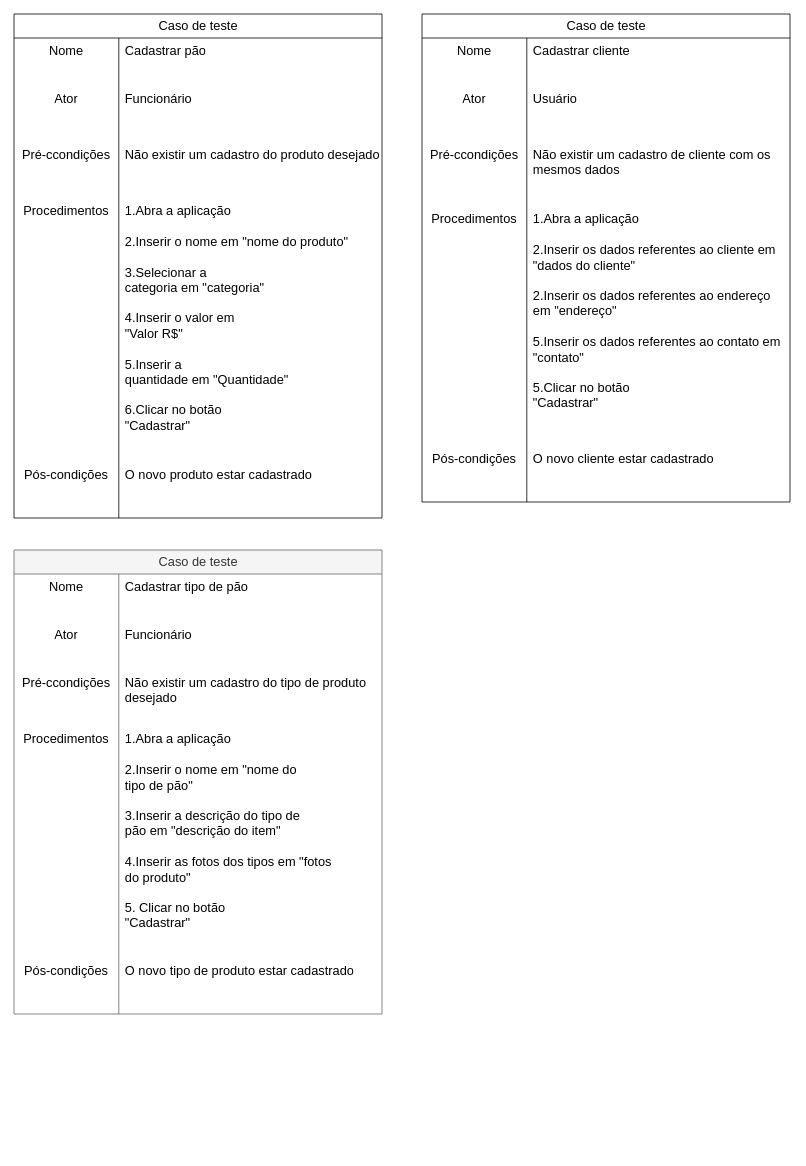
Before: Diagramas/caso_de_teste.drawio in LeozinRomeiro/Modelagem_SENAI_CTM, a draw.io diagram. Source tidied: cells renumbered, new cells numbered last; positions are measured from the earlier drawing's top-left corner, leaving out a move shared by most shapes. Both pictures are drawn from the tidied source at 80%, with x=0, y=0 at pixel (14, 14).
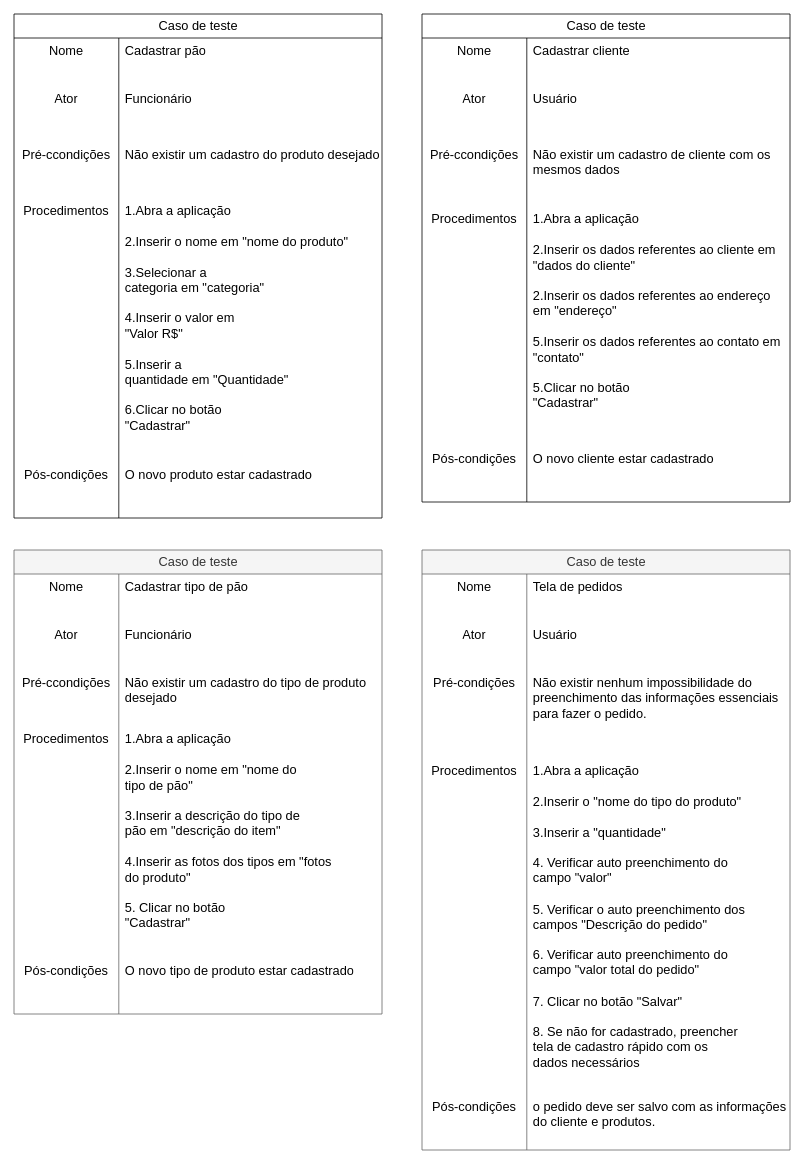
The same page after the edit.

The edit, as a diff of the source:
```diff
@@
+    <mxCell id="50" value="Caso de teste" style="shape=table;startSize=30;childLayout=tableLayout;rowLines=0;fontStyle=0;strokeColor=#666666;fontSize=16;fontFamily=Helvetica;fontColor=#333333;fillColor=#f5f5f5;html=1;perimeterSpacing=0;strokeWidth=1;" parent="1" vertex="1">
+      <mxGeometry x="510" y="670" width="460" height="750" as="geometry" />
+    </mxCell>
+    <mxCell id="51" style="shape=tableRow;horizontal=0;startSize=0;swimlaneHead=0;swimlaneBody=0;top=0;left=0;bottom=0;right=0;fillColor=none;strokeColor=inherit;fontSize=16;fontFamily=Helvetica;fontColor=default;html=1;" parent="50" vertex="1">
+      <mxGeometry y="30" width="460" height="60" as="geometry" />
+    </mxCell>
+    <mxCell id="52" value="Nome" style="shape=partialRectangle;html=1;whiteSpace=wrap;fillColor=none;top=0;left=0;bottom=0;right=0;overflow=hidden;strokeColor=inherit;fontSize=16;fontFamily=Helvetica;fontColor=default;startSize=30;verticalAlign=top;" parent="51" vertex="1">
+      <mxGeometry width="131" height="60" as="geometry" />
+    </mxCell>
+    <mxCell id="53" value="Tela de pedidos" style="shape=partialRectangle;html=1;whiteSpace=wrap;fillColor=none;top=0;left=0;bottom=0;right=0;align=left;spacingLeft=6;overflow=hidden;strokeColor=inherit;fontSize=16;fontFamily=Helvetica;fontColor=default;startSize=30;verticalAlign=top;" parent="51" vertex="1">
+      <mxGeometry x="131" width="329" height="60" as="geometry" />
+    </mxCell>
+    <mxCell id="54" style="shape=tableRow;horizontal=0;startSize=0;swimlaneHead=0;swimlaneBody=0;top=0;left=0;bottom=0;right=0;fillColor=none;strokeColor=inherit;fontSize=16;fontFamily=Helvetica;fontColor=default;html=1;" parent="50" vertex="1">
+      <mxGeometry y="90" width="460" height="60" as="geometry" />
+    </mxCell>
+    <mxCell id="55" value="Ator" style="shape=partialRectangle;html=1;whiteSpace=wrap;fillColor=none;top=0;left=0;bottom=0;right=0;overflow=hidden;strokeColor=inherit;fontSize=16;fontFamily=Helvetica;fontColor=default;startSize=30;verticalAlign=top;" parent="54" vertex="1">
+      <mxGeometry width="131" height="60" as="geometry" />
+    </mxCell>
+    <mxCell id="56" value="Usuário" style="shape=partialRectangle;html=1;whiteSpace=wrap;fillColor=none;top=0;left=0;bottom=0;right=0;align=left;spacingLeft=6;overflow=hidden;strokeColor=inherit;fontSize=16;fontFamily=Helvetica;fontColor=default;startSize=30;verticalAlign=top;" parent="54" vertex="1">
+      <mxGeometry x="131" width="329" height="60" as="geometry" />
+    </mxCell>
+    <mxCell id="57" style="shape=tableRow;horizontal=0;startSize=0;swimlaneHead=0;swimlaneBody=0;top=0;left=0;bottom=0;right=0;fillColor=none;strokeColor=inherit;fontSize=16;fontFamily=Helvetica;fontColor=default;html=1;" parent="50" vertex="1">
+      <mxGeometry y="150" width="460" height="110" as="geometry" />
+    </mxCell>
+    <mxCell id="58" value="Pré-condições" style="shape=partialRectangle;html=1;whiteSpace=wrap;fillColor=none;top=0;left=0;bottom=0;right=0;overflow=hidden;strokeColor=inherit;fontSize=16;fontFamily=Helvetica;fontColor=default;startSize=30;verticalAlign=top;" parent="57" vertex="1">
+      <mxGeometry width="131" height="110" as="geometry" />
+    </mxCell>
+    <mxCell id="59" value="Não existir nenhum impossibilidade do preenchimento das informações essenciais para fazer o pedido." style="shape=partialRectangle;html=1;whiteSpace=wrap;fillColor=none;top=0;left=0;bottom=0;right=0;align=left;spacingLeft=6;overflow=hidden;strokeColor=inherit;fontSize=16;fontFamily=Helvetica;fontColor=default;startSize=30;verticalAlign=top;" parent="57" vertex="1">
+      <mxGeometry x="131" width="329" height="110" as="geometry" />
+    </mxCell>
+    <mxCell id="60" style="shape=tableRow;horizontal=0;startSize=0;swimlaneHead=0;swimlaneBody=0;top=0;left=0;bottom=0;right=0;fillColor=none;strokeColor=inherit;fontSize=16;fontFamily=Helvetica;fontColor=default;html=1;" parent="50" vertex="1">
+      <mxGeometry y="260" width="460" height="420" as="geometry" />
+    </mxCell>
+    <mxCell id="61" value="Procedimentos" style="shape=partialRectangle;html=1;whiteSpace=wrap;fillColor=none;top=0;left=0;bottom=0;right=0;overflow=hidden;strokeColor=inherit;fontSize=16;fontFamily=Helvetica;fontColor=default;startSize=30;verticalAlign=top;" parent="60" vertex="1">
+      <mxGeometry width="131" height="420" as="geometry" />
+    </mxCell>
+    <mxCell id="62" value="1.Abra a aplicação&lt;br&gt;&lt;br&gt;&lt;table style=&quot;border-collapse:&lt;br/&gt; collapse;width:200pt&quot; width=&quot;267&quot; cellspacing=&quot;0&quot; cellpadding=&quot;0&quot; border=&quot;0&quot;&gt;&lt;tbody&gt;&lt;tr style=&quot;height:15.0pt&quot; height=&quot;20&quot;&gt;  &lt;td style=&quot;height:15.0pt;width:200pt&quot; width=&quot;267&quot; height=&quot;20&quot;&gt;2.Inserir o &quot;nome do tipo do produto&quot;&lt;br&gt;&lt;br&gt;&lt;table style=&quot;border-collapse:&lt;br/&gt; collapse;width:200pt&quot; width=&quot;267&quot; cellspacing=&quot;0&quot; cellpadding=&quot;0&quot; border=&quot;0&quot;&gt;&lt;tbody&gt;&lt;tr style=&quot;height:15.0pt&quot; height=&quot;20&quot;&gt;  &lt;td style=&quot;height:15.0pt;width:200pt&quot; width=&quot;267&quot; height=&quot;20&quot;&gt;3.Inserir a &quot;quantidade&quot;&lt;br&gt;&lt;table style=&quot;border-collapse:&lt;br/&gt; collapse;width:200pt&quot; width=&quot;267&quot; cellspacing=&quot;0&quot; cellpadding=&quot;0&quot; border=&quot;0&quot;&gt;&lt;tbody&gt;&lt;tr style=&quot;height:15.0pt&quot; height=&quot;20&quot;&gt;&lt;td style=&quot;height:15.0pt;width:200pt&quot; width=&quot;267&quot; height=&quot;20&quot;&gt;&lt;br&gt;4. Verificar auto preenchimento do campo &quot;valor&quot;&lt;br&gt;&lt;br&gt;5. Verificar o auto preenchimento dos campos &quot;Descrição do pedido&quot;&lt;br&gt;&lt;br&gt;6. Verificar auto preenchimento do campo &quot;valor total do pedido&quot;&lt;br&gt;&lt;br&gt;7. Clicar no botão &quot;Salvar&quot;&lt;br&gt;&lt;br&gt;8. Se não for cadastrado, preencher tela de cadastro rápido com os dados necessários&lt;br&gt;&lt;/td&gt;&lt;/tr&gt;&lt;/tbody&gt;&lt;/table&gt;&lt;/td&gt;&lt;/tr&gt;&lt;/tbody&gt;&lt;/table&gt;&lt;/td&gt;&lt;/tr&gt;&lt;/tbody&gt;&lt;/table&gt;" style="shape=partialRectangle;html=1;whiteSpace=wrap;fillColor=none;top=0;left=0;bottom=0;right=0;align=left;spacingLeft=6;overflow=hidden;strokeColor=inherit;fontSize=16;fontFamily=Helvetica;fontColor=default;startSize=30;verticalAlign=top;" parent="60" vertex="1">
+      <mxGeometry x="131" width="329" height="420" as="geometry" />
+    </mxCell>
+    <mxCell id="63" style="shape=tableRow;horizontal=0;startSize=0;swimlaneHead=0;swimlaneBody=0;top=0;left=0;bottom=0;right=0;fillColor=none;strokeColor=inherit;fontSize=16;fontFamily=Helvetica;fontColor=default;html=1;" parent="50" vertex="1">
+      <mxGeometry y="680" width="460" height="70" as="geometry" />
+    </mxCell>
+    <mxCell id="64" value="Pós-condições" style="shape=partialRectangle;html=1;whiteSpace=wrap;fillColor=none;top=0;left=0;bottom=0;right=0;overflow=hidden;strokeColor=inherit;fontSize=16;fontFamily=Helvetica;fontColor=default;startSize=30;verticalAlign=top;" parent="63" vertex="1">
+      <mxGeometry width="131" height="70" as="geometry" />
+    </mxCell>
+    <mxCell id="65" value="o pedido deve ser salvo com as informações do cliente e produtos." style="shape=partialRectangle;html=1;whiteSpace=wrap;fillColor=none;top=0;left=0;bottom=0;right=0;align=left;spacingLeft=6;overflow=hidden;strokeColor=inherit;fontSize=16;fontFamily=Helvetica;fontColor=default;startSize=30;verticalAlign=top;perimeterSpacing=1;strokeWidth=5;" parent="63" vertex="1">
+      <mxGeometry x="131" width="329" height="70" as="geometry" />
+    </mxCell>
```
